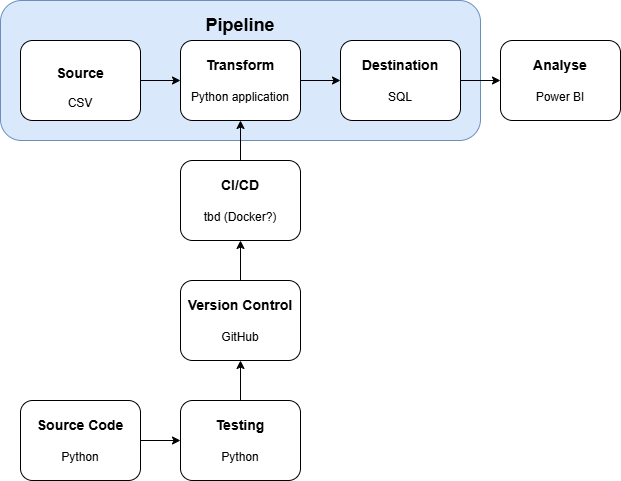
Before: architecture/library.png, a diagram exported from draw.io (jamurkin/DE5-M5). Source tidied: cells renumbered, new cells last; positions are measured from the earlier drawing's top-left corner, leaving out a move shared by most shapes.
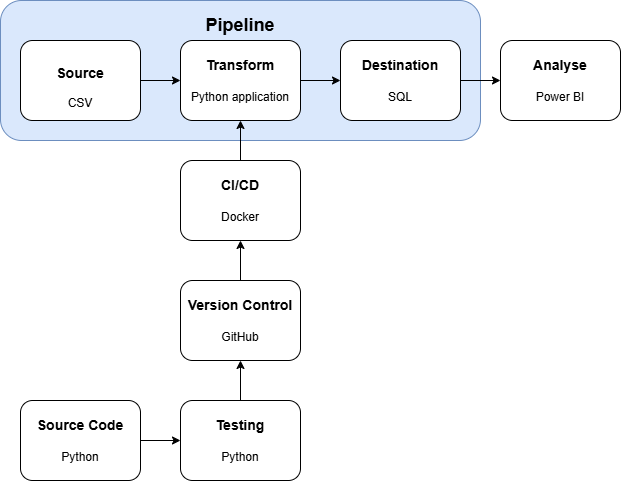
The same file after the commit.

Diff of the diagram source:
```diff
@@ -35,7 +35,7 @@
     <mxCell id="12" style="edgeStyle=orthogonalEdgeStyle;rounded=0;jettySize=auto;html=1;" parent="1" edge="1" source="13" target="6">
       <mxGeometry relative="1" as="geometry" />
     </mxCell>
-    <mxCell id="13" value="&lt;h3&gt;&lt;span style=&quot;background-color: transparent; color: light-dark(rgb(0, 0, 0), rgb(255, 255, 255)); font-size: 14.04px;&quot;&gt;CI/CD&lt;/span&gt;&lt;/h3&gt;&lt;h3&gt;&lt;span style=&quot;font-size: 12px; font-weight: 400;&quot;&gt;tbd (Docker?)&lt;/span&gt;&lt;/h3&gt;" style="rounded=1;whiteSpace=wrap;html=1;" parent="1" vertex="1">
+    <mxCell id="13" value="&lt;h3&gt;&lt;span style=&quot;background-color: transparent; color: light-dark(rgb(0, 0, 0), rgb(255, 255, 255)); font-size: 14.04px;&quot;&gt;CI/CD&lt;/span&gt;&lt;/h3&gt;&lt;h3&gt;&lt;span style=&quot;font-size: 12px; font-weight: 400;&quot;&gt;Docker&lt;/span&gt;&lt;/h3&gt;" style="rounded=1;whiteSpace=wrap;html=1;" parent="1" vertex="1">
       <mxGeometry x="180" y="160" width="120" height="80" as="geometry" />
     </mxCell>
     <mxCell id="14" style="edgeStyle=orthogonalEdgeStyle;rounded=0;jettySize=auto;html=1;" parent="1" edge="1" source="15" target="11">
```
